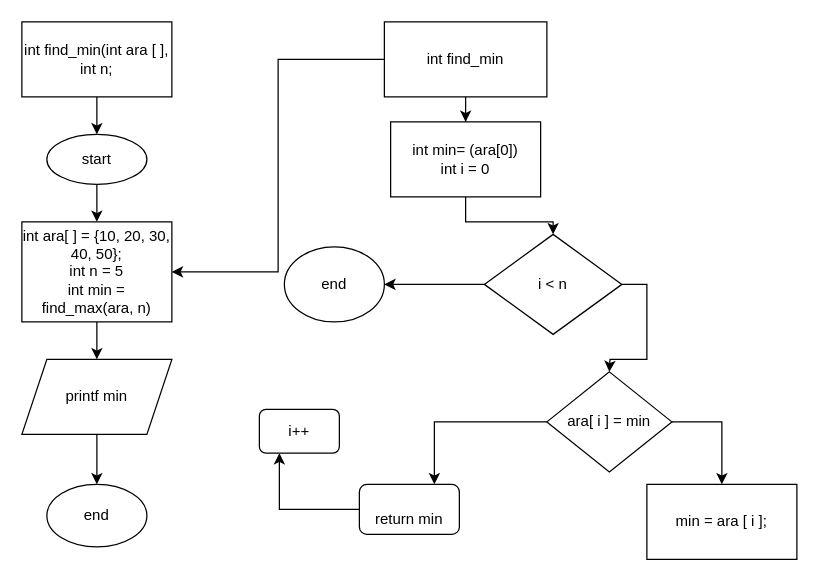
Earlier version of the draw.io diagram array_function_min.drawio (tanhadiya/expert-robot). Source tidied: cells renumbered, new cells numbered last; positions are measured from the earlier drawing's top-left corner, leaving out a move shared by most shapes. Both pictures are drawn from the tidied source at 125%, with x=0, y=0 at pixel (21, 21).
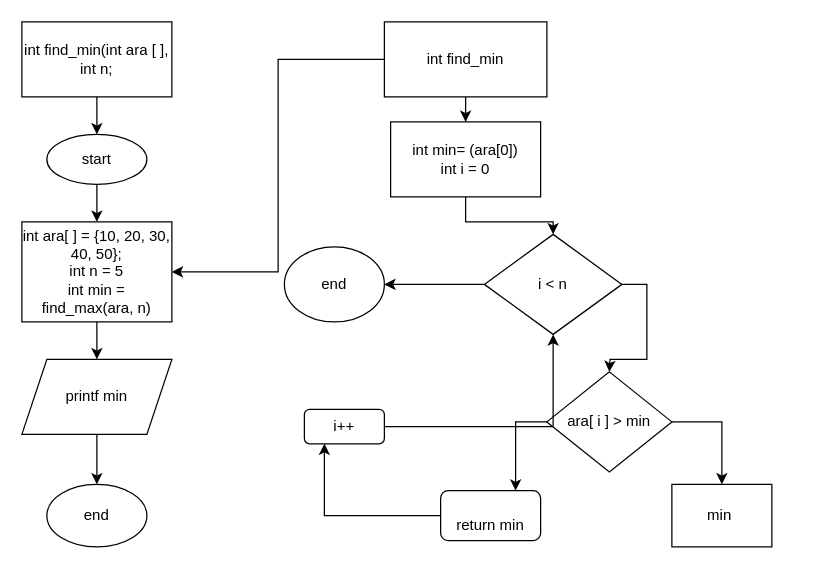
Above is the later version.

Unchanged cells that the change refers to:
```xml
<mxCell id="17" value="i &amp;lt; n" style="rhombus;whiteSpace=wrap;html=1;rounded=0;" parent="1" vertex="1">
  <mxGeometry x="370" y="170" width="110" height="80" as="geometry" />
</mxCell>
```

Change to the diagram source:
```diff
@@
-    <mxCell id="21" value="ara[ i ] = min" style="rhombus;whiteSpace=wrap;html=1;" parent="1" vertex="1">
+    <mxCell id="21" value="ara[ i ] &amp;gt; min" style="rhombus;whiteSpace=wrap;html=1;" parent="1" vertex="1">
       <mxGeometry x="420" y="280" width="100" height="80" as="geometry" />
     </mxCell>
@@
     <mxCell id="23" value="&lt;br&gt;return min" style="rounded=1;whiteSpace=wrap;html=1;" parent="1" vertex="1">
-      <mxGeometry x="270" y="370" width="80" height="40" as="geometry" />
+      <mxGeometry x="335" y="375" width="80" height="40" as="geometry" />
     </mxCell>
+    <mxCell id="27" style="edgeStyle=orthogonalEdgeStyle;rounded=0;jettySize=auto;html=1;" parent="1" edge="1" source="24" target="17">
+      <mxGeometry relative="1" as="geometry" />
+    </mxCell>
     <mxCell id="24" value="i++" style="rounded=1;whiteSpace=wrap;html=1;" parent="1" vertex="1">
-      <mxGeometry x="190" y="310" width="64" height="35" as="geometry" />
+      <mxGeometry x="226" y="310" width="64" height="27.5" as="geometry" />
     </mxCell>
@@
-    <mxCell id="26" value="min = ara [ i ];" style="rounded=0;whiteSpace=wrap;html=1;" parent="1" vertex="1">
-      <mxGeometry x="500" y="370" width="120" height="60" as="geometry" />
+    <mxCell id="26" value="min&amp;nbsp;" style="rounded=0;whiteSpace=wrap;html=1;" parent="1" vertex="1">
+      <mxGeometry x="520" y="370" width="80" height="50" as="geometry" />
     </mxCell>
```
